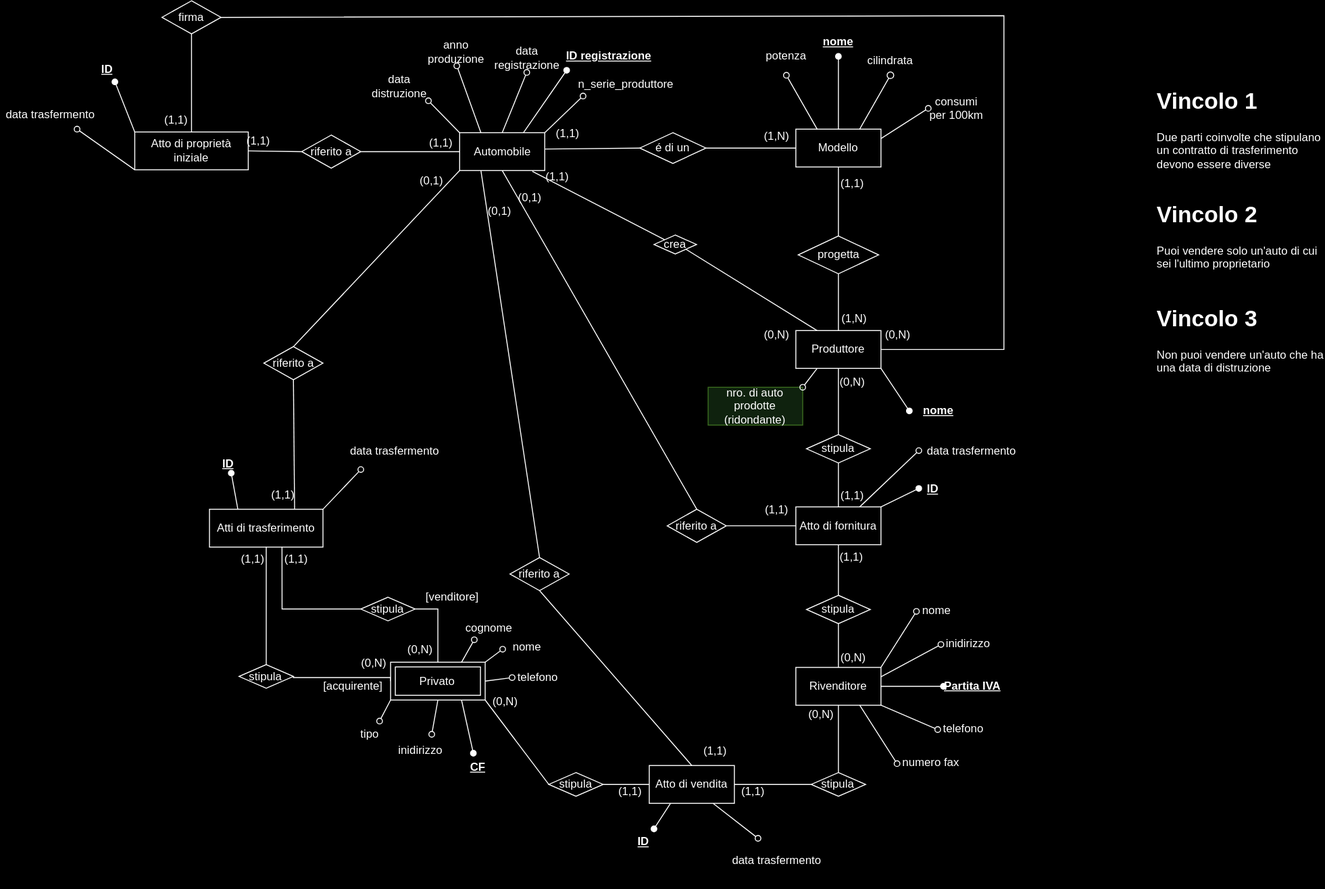
Before: Progetto DATABASE - ER ristrutturato.drawio.svg, a diagram exported from draw.io (CancianMatteo/UNIUD_ProgettoDatabase). Source tidied: cells renumbered, new cells last; positions are measured from the earlier drawing's top-left corner, leaving out a move shared by most shapes.
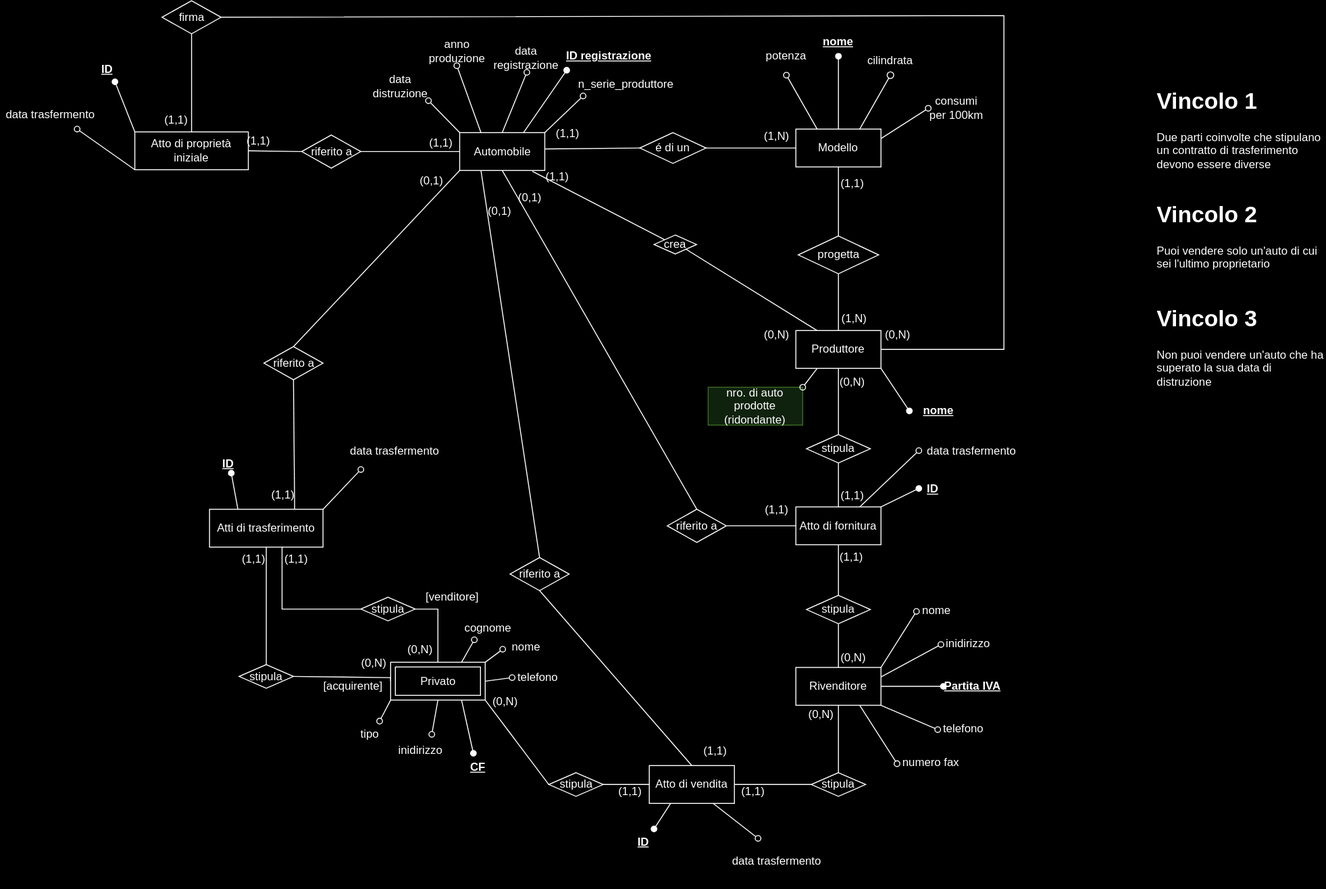
The same diagram one commit later.

Commit message:
aggiunta del ER ristrutturato (adesso si definitivo )

Change to the diagram source:
```diff
@@ -349,7 +349,7 @@
     <mxCell id="110" value="&lt;h1 style=&quot;margin-top: 0px;&quot;&gt;Vincolo 2&lt;/h1&gt;&lt;p&gt;Puoi vendere solo un'auto di cui sei l'ultimo proprietario&lt;/p&gt;" style="text;html=1;whiteSpace=wrap;overflow=hidden;rounded=0;" parent="1" vertex="1">
       <mxGeometry x="1221" y="206" width="180" height="120" as="geometry" />
     </mxCell>
-    <mxCell id="111" value="&lt;h1 style=&quot;margin-top: 0px;&quot;&gt;Vincolo 3&lt;/h1&gt;&lt;p&gt;Non puoi vendere un'auto che ha una data di distruzione&lt;/p&gt;" style="text;html=1;whiteSpace=wrap;overflow=hidden;rounded=0;" parent="1" vertex="1">
+    <mxCell id="111" value="&lt;h1 style=&quot;margin-top: 0px;&quot;&gt;Vincolo 3&lt;/h1&gt;&lt;p&gt;Non puoi vendere un'auto che ha superato la sua data di distruzione&lt;/p&gt;" style="text;html=1;whiteSpace=wrap;overflow=hidden;rounded=0;" parent="1" vertex="1">
       <mxGeometry x="1221" y="316" width="180" height="120" as="geometry" />
     </mxCell>
     <mxCell id="112" style="endArrow=oval;html=1;rounded=0;entryX=0;entryY=0.5;entryDx=0;entryDy=0;exitX=1;exitY=0;exitDx=0;exitDy=0;endFill=0;" parent="1" edge="1" source="2">
```
